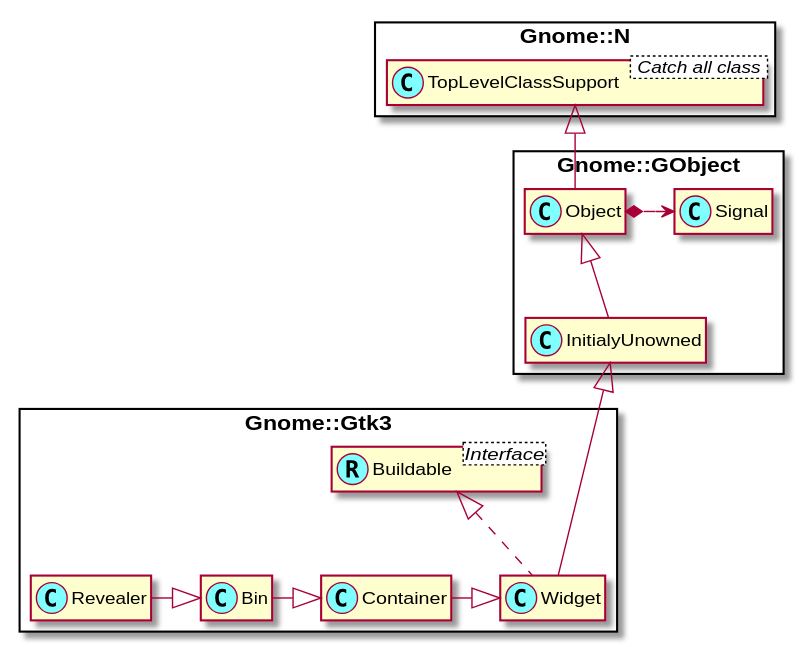
This is docs/content-docs/reference/Gtk3/plantuml/Revealer.svg from MARTIMM/gnome-gtk3, a PlantUML export, as it was before one commit.
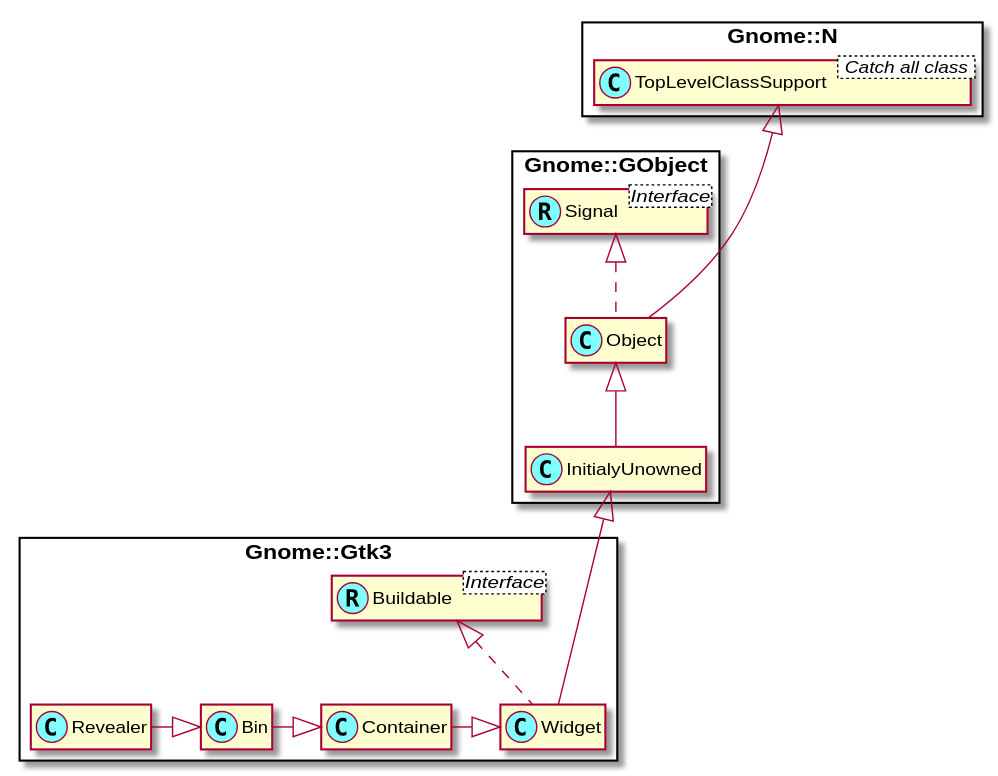
The same diagram one commit later.

Change to the diagram source:
```diff
@@ -6,10 +6,13 @@
 
 
 class Gnome::N::TopLevelClassSupport < Catch all class >
-Gnome::N::TopLevelClassSupport <|-- Gnome::GObject::Object
+Gnome::N::TopLevelClassSupport <|--- Gnome::GObject::Object
+
+Interface Gnome::GObject::Signal <Interface>
+class Gnome::GObject::Signal <<(R,#80ffff)>>
 
 Gnome::GObject::Object <|-- Gnome::GObject::InitialyUnowned
-Gnome::GObject::Object *-> Gnome::GObject::Signal
+Gnome::GObject::Signal <|.. Gnome::GObject::Object
 
 Gnome::GObject::InitialyUnowned <|--- Gnome::Gtk3::Widget
 
```
